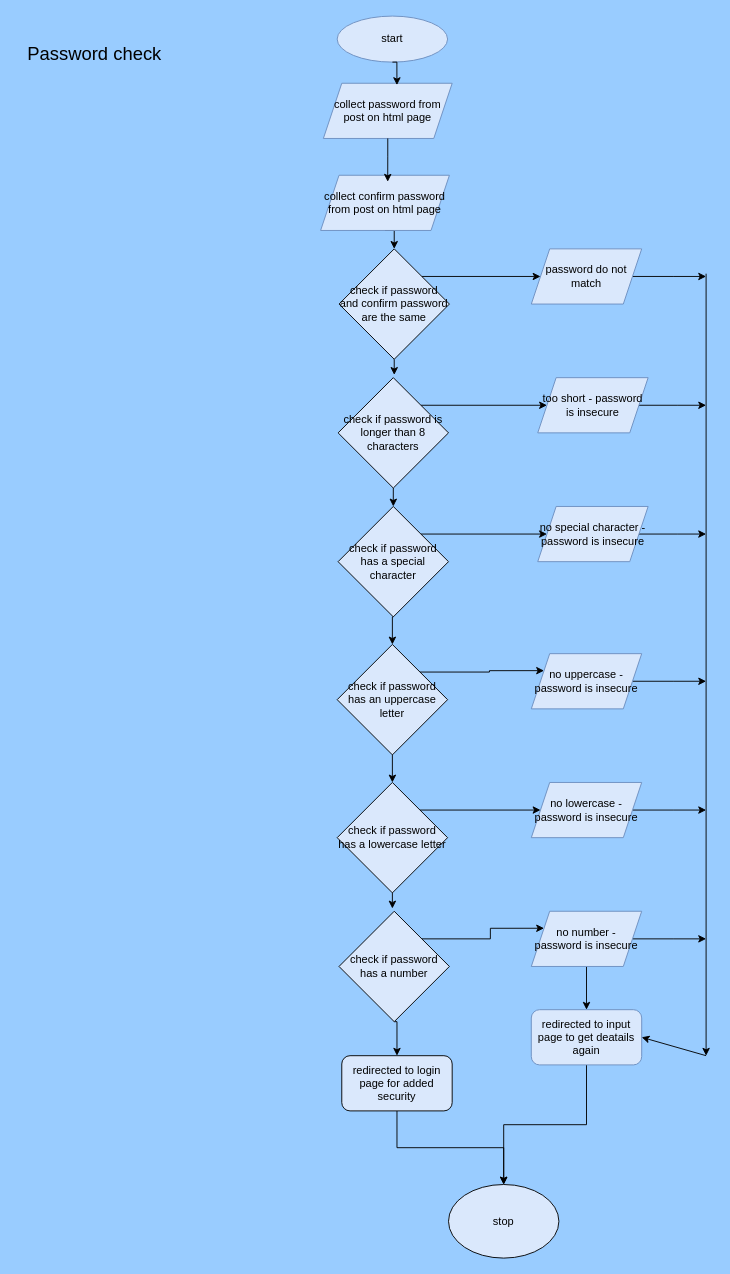
This is page "password check" (1 of 7) of Assignments/To Do list/website_design_flowchart.drawio from alexbaxter07/college, a draw.io file, before an edit. Source tidied: cells renumbered, new cells numbered last; positions are measured from the earlier drawing's top-left corner, leaving out a move shared by most shapes. Both pictures are drawn from the tidied source at 92%, with x=0, y=0 at pixel (16, 16).
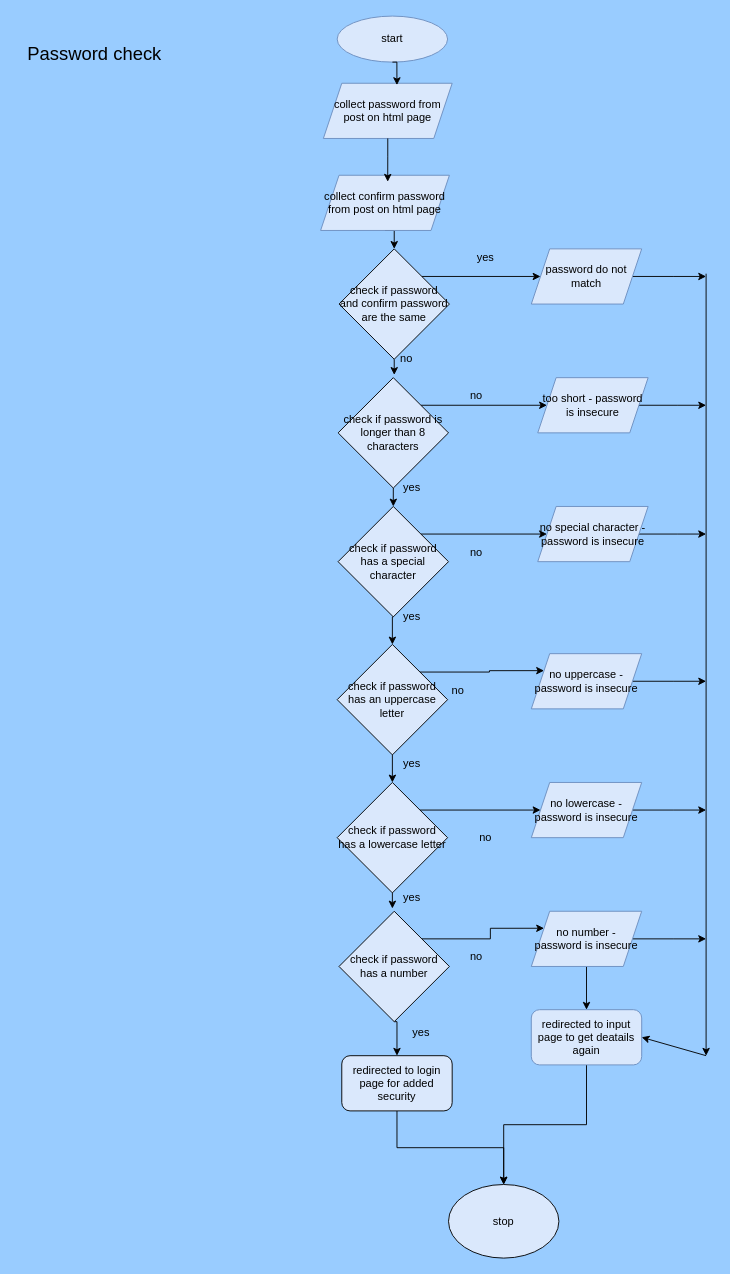
After the change.

Diff of the diagram source:
```diff
@@
+    <mxCell id="47" value="yes" style="text;html=1;align=center;verticalAlign=middle;strokeColor=none;fillColor=none;" parent="1" vertex="1">
+      <mxGeometry x="490" y="248" width="40" height="30" as="geometry" />
+    </mxCell>
+    <mxCell id="48" value="no" style="text;html=1;align=center;verticalAlign=middle;strokeColor=none;fillColor=none;" parent="1" vertex="1">
+      <mxGeometry x="404" y="358" width="40" height="30" as="geometry" />
+    </mxCell>
+    <mxCell id="49" value="no" style="text;html=1;align=center;verticalAlign=middle;strokeColor=none;fillColor=none;" parent="1" vertex="1">
+      <mxGeometry x="480" y="398" width="40" height="30" as="geometry" />
+    </mxCell>
+    <mxCell id="50" value="yes" style="text;html=1;align=center;verticalAlign=middle;strokeColor=none;fillColor=none;" parent="1" vertex="1">
+      <mxGeometry x="410" y="498" width="40" height="30" as="geometry" />
+    </mxCell>
+    <mxCell id="51" value="no" style="text;html=1;align=center;verticalAlign=middle;strokeColor=none;fillColor=none;" parent="1" vertex="1">
+      <mxGeometry x="480" y="568" width="40" height="30" as="geometry" />
+    </mxCell>
+    <mxCell id="52" value="yes" style="text;html=1;align=center;verticalAlign=middle;strokeColor=none;fillColor=none;" parent="1" vertex="1">
+      <mxGeometry x="410" y="638" width="40" height="30" as="geometry" />
+    </mxCell>
+    <mxCell id="53" value="no" style="text;html=1;align=center;verticalAlign=middle;strokeColor=none;fillColor=none;" parent="1" vertex="1">
+      <mxGeometry x="460" y="718" width="40" height="30" as="geometry" />
+    </mxCell>
+    <mxCell id="54" value="yes" style="text;html=1;align=center;verticalAlign=middle;strokeColor=none;fillColor=none;" parent="1" vertex="1">
+      <mxGeometry x="410" y="798" width="40" height="30" as="geometry" />
+    </mxCell>
+    <mxCell id="55" value="yes" style="text;html=1;align=center;verticalAlign=middle;strokeColor=none;fillColor=none;" parent="1" vertex="1">
+      <mxGeometry x="410" y="943" width="40" height="30" as="geometry" />
+    </mxCell>
+    <mxCell id="56" value="no" style="text;html=1;align=center;verticalAlign=middle;strokeColor=none;fillColor=none;" parent="1" vertex="1">
+      <mxGeometry x="490" y="878" width="40" height="30" as="geometry" />
+    </mxCell>
+    <mxCell id="57" value="yes" style="text;html=1;align=center;verticalAlign=middle;strokeColor=none;fillColor=none;" parent="1" vertex="1">
+      <mxGeometry x="420" y="1090" width="40" height="30" as="geometry" />
+    </mxCell>
+    <mxCell id="58" value="no" style="text;html=1;align=center;verticalAlign=middle;strokeColor=none;fillColor=none;" parent="1" vertex="1">
+      <mxGeometry x="480" y="1008" width="40" height="30" as="geometry" />
+    </mxCell>
```
